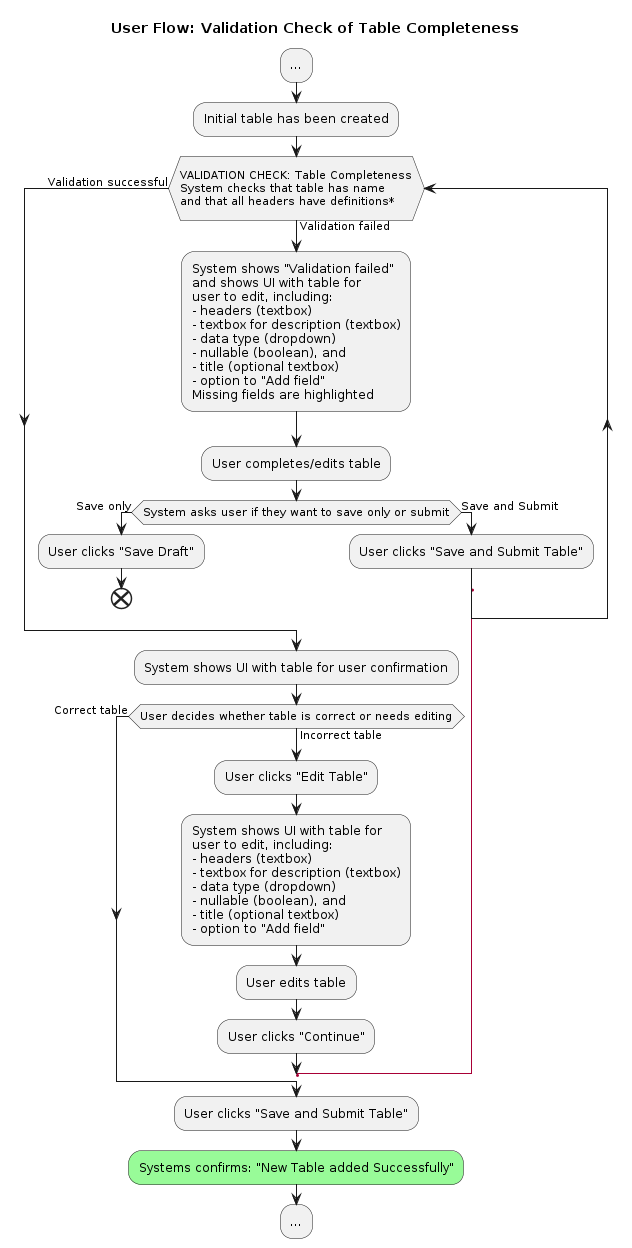
Earlier version of the PlantUML export docs/design/images/user-flow-validation-table-completeness.png (signekb/seedcase-sprout). Its diagram source:
```plantuml
@startuml user-flow-validation-table-completeness

title User Flow: Validation Check of Table Completeness

:...;
:Initial table has been created;
  while (\nVALIDATION CHECK: Table Completeness\nSystem checks that table has name\nand that all headers have definitions*\n) is (Validation failed)
    :System shows "Validation failed"
    and shows UI with table for
    user to edit, including:
    - headers (textbox)
    - textbox for description (textbox)
    - data type (dropdown)
    - nullable (boolean), and
    - title (optional textbox)
    - option to "Add field"
    Missing fields are highlighted;
    :User completes/edits table;
    if (System asks user if they want to save only or submit) then (Save only)
      :User clicks "Save Draft";
      end
    else (Save and Submit)
      :User clicks "Save and Submit Table";
      label l
    endif
  end while (Validation successful)
:System shows UI with table for user confirmation;
  while (User decides whether table is correct or needs editing) is (Incorrect table)
    :User clicks "Edit Table";
    :System shows UI with table for
    user to edit, including:
    - headers (textbox)
    - textbox for description (textbox)
    - data type (dropdown)
    - nullable (boolean), and
    - title (optional textbox)
    - option to "Add field";
    :User edits table;
    :User clicks "Continue";
    goto l
   end while (Correct table)
   :User clicks "Save and Submit Table";
    #palegreen:Systems confirms: "New Table added Successfully";
:...;

@enduml
```
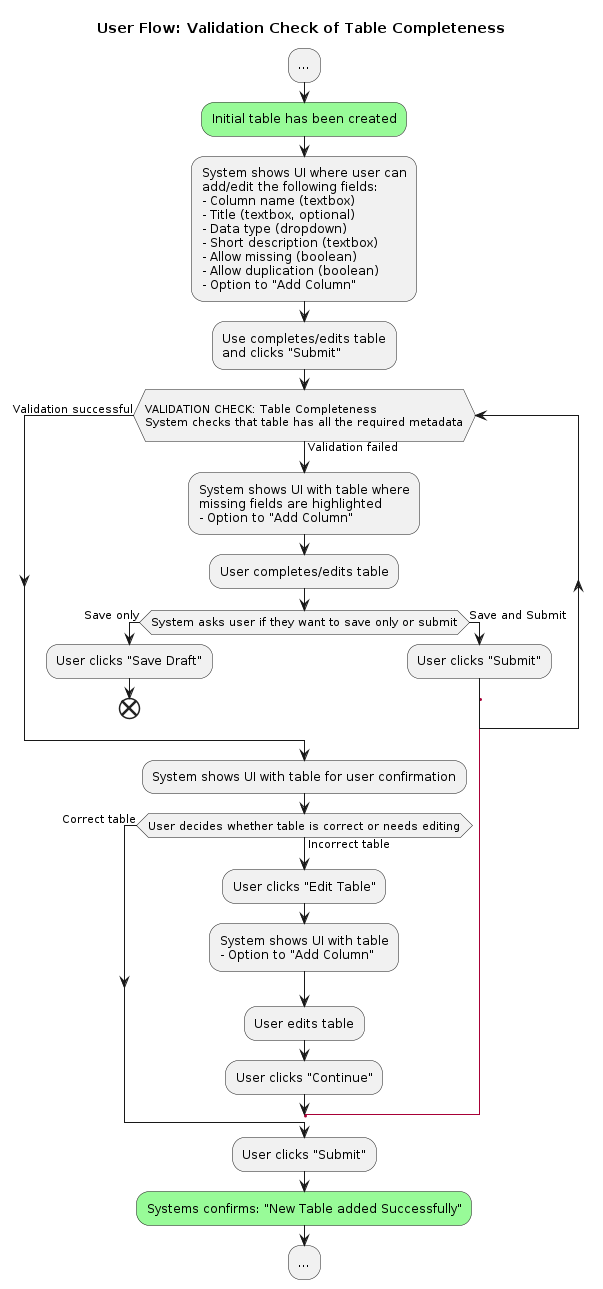
The same diagram one commit later.

Commit message:
docs: update user flow subparts to follow main diagram

Change to the diagram source:
```diff
@@ -3,44 +3,42 @@
 title User Flow: Validation Check of Table Completeness
 
 :...;
-:Initial table has been created;
-  while (\nVALIDATION CHECK: Table Completeness\nSystem checks that table has name\nand that all headers have definitions*\n) is (Validation failed)
-    :System shows "Validation failed"
-    and shows UI with table for
-    user to edit, including:
-    - headers (textbox)
-    - textbox for description (textbox)
-    - data type (dropdown)
-    - nullable (boolean), and
-    - title (optional textbox)
-    - option to "Add field"
-    Missing fields are highlighted;
+#palegreen:Initial table has been created;
+    :System shows UI where user can
+    add/edit the following fields:
+    - Column name (textbox)
+    - Title (textbox, optional)
+    - Data type (dropdown)
+    - Short description (textbox)
+    - Allow missing (boolean)
+    - Allow duplication (boolean)
+    - Option to "Add Column";
+    :Use completes/edits table
+    and clicks "Submit";
+   while (\nVALIDATION CHECK: Table Completeness\nSystem checks that table has all the required metadata\n) is (Validation failed)
+    :System shows UI with table where
+    missing fields are highlighted
+    - Option to "Add Column";
     :User completes/edits table;
     if (System asks user if they want to save only or submit) then (Save only)
       :User clicks "Save Draft";
       end
     else (Save and Submit)
-      :User clicks "Save and Submit Table";
+      :User clicks "Submit";
       label l
     endif
   end while (Validation successful)
-:System shows UI with table for user confirmation;
+  :System shows UI with table for user confirmation;
   while (User decides whether table is correct or needs editing) is (Incorrect table)
     :User clicks "Edit Table";
-    :System shows UI with table for
-    user to edit, including:
-    - headers (textbox)
-    - textbox for description (textbox)
-    - data type (dropdown)
-    - nullable (boolean), and
-    - title (optional textbox)
-    - option to "Add field";
+    :System shows UI with table
+    - Option to "Add Column";
     :User edits table;
     :User clicks "Continue";
     goto l
    end while (Correct table)
-   :User clicks "Save and Submit Table";
-    #palegreen:Systems confirms: "New Table added Successfully";
+   :User clicks "Submit";
+  #palegreen:Systems confirms: "New Table added Successfully";
 :...;
 
 @enduml
```
